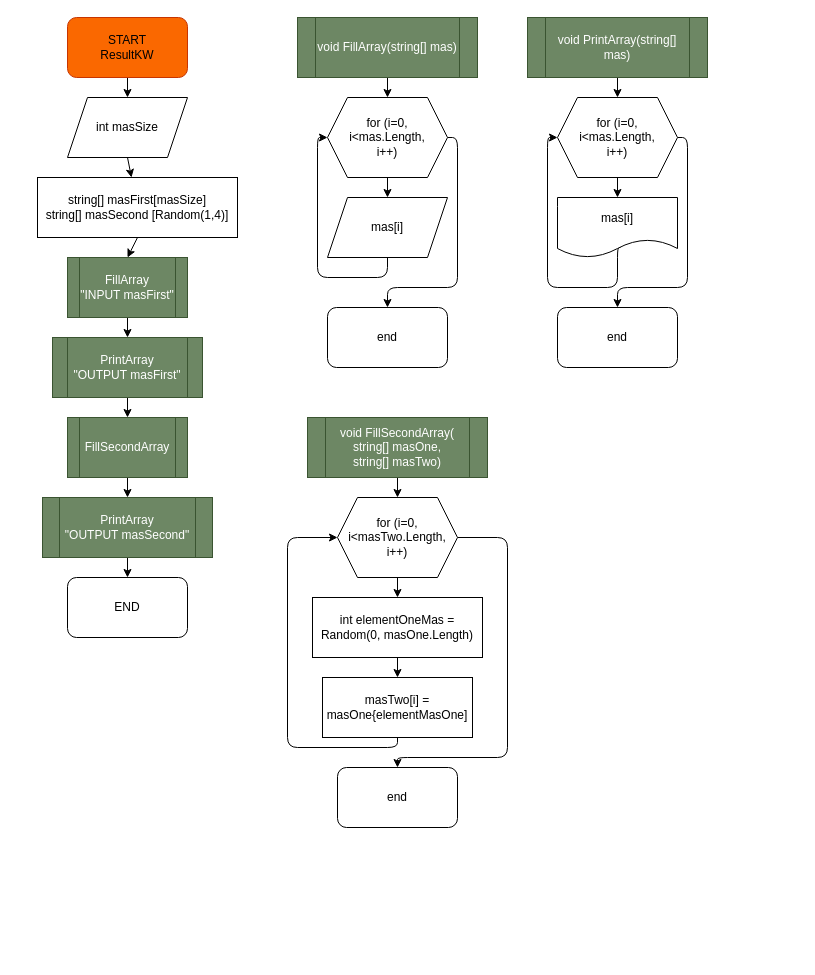
This is Block_diagram/Block_diagram.drawio from GulliverRemote/ResultKontrol, a draw.io file, before an edit. Source tidied: cells renumbered, new cells numbered last; positions are measured from the earlier drawing's top-left corner, leaving out a move shared by most shapes. Both pictures are drawn from the tidied source at 100%, with x=0, y=0 at pixel (37, 17).
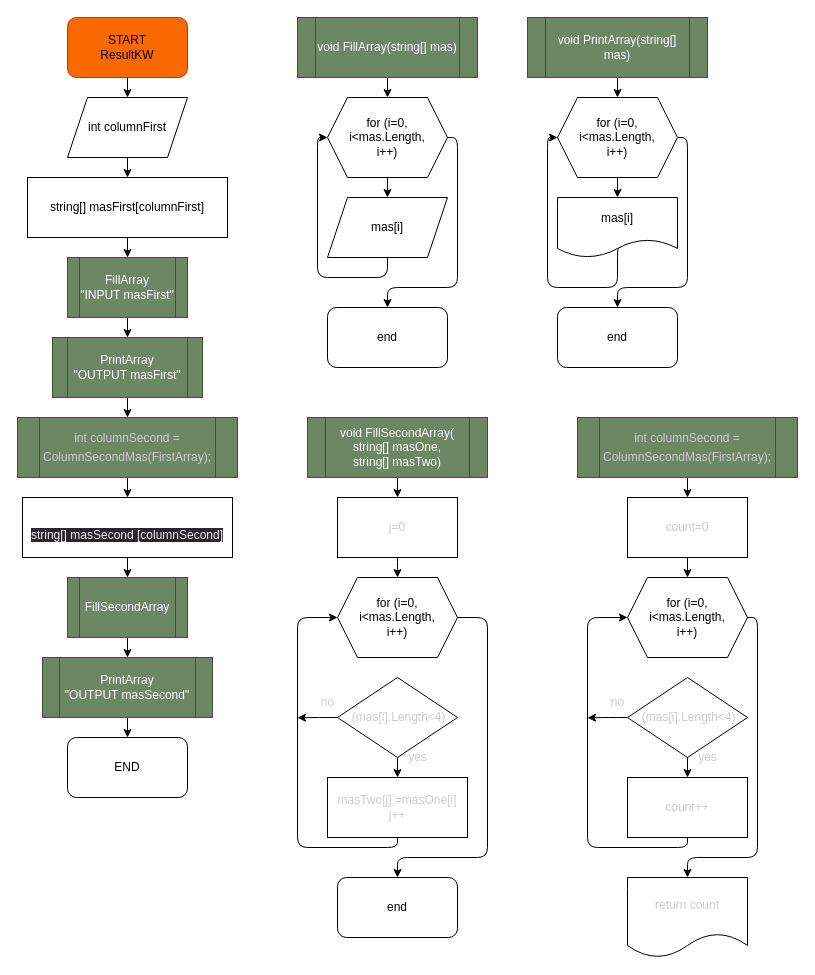
After the change.

Commit message:
feat: redesined Block_diagram

Unchanged cells that the change refers to:
```xml
<mxCell id="11" value="PrintArray&lt;br&gt;&quot;OUTPUT masFirst&quot;" style="shape=process;whiteSpace=wrap;html=1;backgroundOutline=1;fillColor=#6d8764;fontColor=#ffffff;strokeColor=#3A5431;" parent="1" vertex="1">
  <mxGeometry x="15" y="320" width="150" height="60" as="geometry" />
</mxCell>
<mxCell id="34" value="void FillSecondArray(&lt;br&gt;string[] masOne, &lt;br&gt;string[] masTwo)" style="shape=process;whiteSpace=wrap;html=1;backgroundOutline=1;fillColor=#6d8764;strokeColor=#3A5431;fontColor=#ffffff;" parent="1" vertex="1">
  <mxGeometry x="270" y="400" width="180" height="60" as="geometry" />
</mxCell>
```

Diff of the diagram source:
```diff
@@
-    <mxCell id="5" value="int masSize" style="shape=parallelogram;perimeter=parallelogramPerimeter;whiteSpace=wrap;html=1;fixedSize=1;" parent="1" vertex="1">
+    <mxCell id="5" value="int columnFirst" style="shape=parallelogram;perimeter=parallelogramPerimeter;whiteSpace=wrap;html=1;fixedSize=1;" parent="1" vertex="1">
       <mxGeometry x="30" y="80" width="120" height="60" as="geometry" />
     </mxCell>
@@
-    <mxCell id="9" value="string[] masFirst[masSize]&lt;br&gt;string[] masSecond [Random(1,4)]" style="rounded=0;whiteSpace=wrap;html=1;" parent="1" vertex="1">
-      <mxGeometry y="160" width="200" height="60" as="geometry" />
+    <mxCell id="9" value="string[] masFirst[columnFirst]&lt;br&gt;" style="rounded=0;whiteSpace=wrap;html=1;" parent="1" vertex="1">
+      <mxGeometry x="-10" y="160" width="200" height="60" as="geometry" />
     </mxCell>
-    <mxCell id="10" style="edgeStyle=none;html=1;exitX=0.5;exitY=1;exitDx=0;exitDy=0;entryX=0.5;entryY=0;entryDx=0;entryDy=0;" parent="1" edge="1" source="11" target="13">
-      <mxGeometry relative="1" as="geometry" />
-    </mxCell>
+    <mxCell id="43" style="edgeStyle=none;html=1;exitX=0.5;exitY=1;exitDx=0;exitDy=0;entryX=0.5;entryY=0;entryDx=0;entryDy=0;" parent="1" edge="1" source="11" target="46">
+      <mxGeometry relative="1" as="geometry" />
+    </mxCell>
@@
     <mxCell id="13" value="FillSecondArray" style="shape=process;whiteSpace=wrap;html=1;backgroundOutline=1;fillColor=#6d8764;fontColor=#ffffff;strokeColor=#3A5431;" parent="1" vertex="1">
-      <mxGeometry x="30" y="400" width="120" height="60" as="geometry" />
+      <mxGeometry x="30" y="560" width="120" height="60" as="geometry" />
     </mxCell>
@@
     <mxCell id="15" value="PrintArray&lt;br&gt;&quot;OUTPUT masSecond&quot;" style="shape=process;whiteSpace=wrap;html=1;backgroundOutline=1;fillColor=#6d8764;fontColor=#ffffff;strokeColor=#3A5431;" parent="1" vertex="1">
-      <mxGeometry x="5" y="480" width="170" height="60" as="geometry" />
+      <mxGeometry x="5" y="640" width="170" height="60" as="geometry" />
     </mxCell>
     <mxCell id="16" value="END" style="rounded=1;whiteSpace=wrap;html=1;" parent="1" vertex="1">
-      <mxGeometry x="30" y="560" width="120" height="60" as="geometry" />
+      <mxGeometry x="30" y="720" width="120" height="60" as="geometry" />
     </mxCell>
@@
-    <mxCell id="33" style="edgeStyle=orthogonalEdgeStyle;html=1;exitX=0.5;exitY=1;exitDx=0;exitDy=0;entryX=0.5;entryY=0;entryDx=0;entryDy=0;" parent="1" edge="1" source="34" target="37">
-      <mxGeometry relative="1" as="geometry" />
-    </mxCell>
+    <mxCell id="44" style="edgeStyle=orthogonalEdgeStyle;html=1;exitX=0.5;exitY=1;exitDx=0;exitDy=0;fontFamily=Helvetica;fontSize=12;fontColor=#CCCCCC;" parent="1" edge="1" source="34" target="64">
+      <mxGeometry relative="1" as="geometry" />
+    </mxCell>
@@
-    <mxCell id="35" style="edgeStyle=orthogonalEdgeStyle;html=1;exitX=0.5;exitY=1;exitDx=0;exitDy=0;entryX=0.5;entryY=0;entryDx=0;entryDy=0;" parent="1" edge="1" source="37" target="39">
-      <mxGeometry relative="1" as="geometry" />
-    </mxCell>
-    <mxCell id="36" style="edgeStyle=orthogonalEdgeStyle;html=1;exitX=1;exitY=0.5;exitDx=0;exitDy=0;" parent="1" edge="1" source="37" target="42">
-      <mxGeometry relative="1" as="geometry">
-        <Array as="points">
-          <mxPoint x="470" y="520" />
-          <mxPoint x="470" y="740" />
-          <mxPoint x="360" y="740" />
-        </Array>
-      </mxGeometry>
-    </mxCell>
-    <mxCell id="37" value="for (i=0, i&amp;lt;masTwo.Length, &lt;br&gt;i++)" style="shape=hexagon;perimeter=hexagonPerimeter2;whiteSpace=wrap;html=1;fixedSize=1;" parent="1" vertex="1">
-      <mxGeometry x="300" y="480" width="120" height="80" as="geometry" />
-    </mxCell>
-    <mxCell id="38" style="edgeStyle=orthogonalEdgeStyle;html=1;" parent="1" edge="1" source="39" target="41">
-      <mxGeometry relative="1" as="geometry" />
-    </mxCell>
-    <mxCell id="39" value="int elementOneMas =&lt;br&gt;Random(0, masOne.Length)" style="rounded=0;whiteSpace=wrap;html=1;" parent="1" vertex="1">
-      <mxGeometry x="275" y="580" width="170" height="60" as="geometry" />
-    </mxCell>
-    <mxCell id="40" style="edgeStyle=orthogonalEdgeStyle;html=1;exitX=0.5;exitY=1;exitDx=0;exitDy=0;entryX=0;entryY=0.5;entryDx=0;entryDy=0;" parent="1" edge="1" source="41" target="37">
-      <mxGeometry relative="1" as="geometry">
-        <Array as="points">
-          <mxPoint x="360" y="730" />
-          <mxPoint x="250" y="730" />
-          <mxPoint x="250" y="520" />
-        </Array>
-      </mxGeometry>
-    </mxCell>
-    <mxCell id="41" value="masTwo[i] = masOne{elementMasOne]" style="whiteSpace=wrap;html=1;rounded=0;" parent="1" vertex="1">
-      <mxGeometry x="285" y="660" width="150" height="60" as="geometry" />
-    </mxCell>
     <mxCell id="42" value="end" style="rounded=1;whiteSpace=wrap;html=1;" parent="1" vertex="1">
-      <mxGeometry x="300" y="750" width="120" height="60" as="geometry" />
+      <mxGeometry x="300" y="860" width="120" height="60" as="geometry" />
     </mxCell>
+    <mxCell id="45" style="edgeStyle=none;html=1;exitX=0.5;exitY=1;exitDx=0;exitDy=0;entryX=0.5;entryY=0;entryDx=0;entryDy=0;fontFamily=Helvetica;fontSize=12;fontColor=#CCCCCC;" parent="1" edge="1" source="46" target="48">
+      <mxGeometry relative="1" as="geometry" />
+    </mxCell>
+    <mxCell id="46" value="&lt;p style=&quot;line-height: 19px;&quot;&gt;&lt;font color=&quot;#cccccc&quot; style=&quot;font-size: 12px;&quot;&gt;int columnSecond = ColumnSecondMas(FirstArray);&lt;/font&gt;&lt;/p&gt;" style="shape=process;whiteSpace=wrap;html=1;backgroundOutline=1;fillColor=#6d8764;fontColor=#ffffff;strokeColor=#3A5431;" parent="1" vertex="1">
+      <mxGeometry x="-20" y="400" width="220" height="60" as="geometry" />
+    </mxCell>
+    <mxCell id="47" style="edgeStyle=none;html=1;exitX=0.5;exitY=1;exitDx=0;exitDy=0;entryX=0.5;entryY=0;entryDx=0;entryDy=0;fontFamily=Helvetica;fontSize=12;fontColor=#CCCCCC;" parent="1" edge="1" source="48" target="13">
+      <mxGeometry relative="1" as="geometry" />
+    </mxCell>
+    <mxCell id="48" value="&lt;br&gt;&lt;span style=&quot;color: rgb(240, 240, 240); font-family: Helvetica; font-size: 12px; font-style: normal; font-variant-ligatures: normal; font-variant-caps: normal; font-weight: 400; letter-spacing: normal; orphans: 2; text-align: center; text-indent: 0px; text-transform: none; widows: 2; word-spacing: 0px; -webkit-text-stroke-width: 0px; background-color: rgb(42, 37, 47); text-decoration-thickness: initial; text-decoration-style: initial; text-decoration-color: initial; float: none; display: inline !important;&quot;&gt;string[] masSecond [columnSecond]&lt;/span&gt;&lt;br&gt;" style="rounded=0;whiteSpace=wrap;html=1;labelBackgroundColor=none;fontFamily=Helvetica;fontSize=12;fontColor=#CCCCCC;" parent="1" vertex="1">
+      <mxGeometry x="-15" y="480" width="210" height="60" as="geometry" />
+    </mxCell>
+    <mxCell id="49" style="edgeStyle=orthogonalEdgeStyle;html=1;exitX=0.5;exitY=1;exitDx=0;exitDy=0;fontFamily=Helvetica;fontSize=12;fontColor=#CCCCCC;" parent="1" edge="1" source="50" target="52">
+      <mxGeometry relative="1" as="geometry" />
+    </mxCell>
+    <mxCell id="50" value="&lt;p style=&quot;line-height: 19px;&quot;&gt;&lt;font color=&quot;#cccccc&quot; style=&quot;font-size: 12px;&quot;&gt;int columnSecond = ColumnSecondMas(FirstArray);&lt;/font&gt;&lt;/p&gt;" style="shape=process;whiteSpace=wrap;html=1;backgroundOutline=1;fillColor=#6d8764;fontColor=#ffffff;strokeColor=#3A5431;" parent="1" vertex="1">
+      <mxGeometry x="540" y="400" width="220" height="60" as="geometry" />
+    </mxCell>
+    <mxCell id="51" style="edgeStyle=orthogonalEdgeStyle;html=1;exitX=0.5;exitY=1;exitDx=0;exitDy=0;entryX=0.5;entryY=0;entryDx=0;entryDy=0;fontFamily=Helvetica;fontSize=12;fontColor=#CCCCCC;" parent="1" edge="1" source="52" target="57">
+      <mxGeometry relative="1" as="geometry" />
+    </mxCell>
+    <mxCell id="52" value="count=0" style="rounded=0;whiteSpace=wrap;html=1;labelBackgroundColor=none;fontFamily=Helvetica;fontSize=12;fontColor=#CCCCCC;" parent="1" vertex="1">
+      <mxGeometry x="590" y="480" width="120" height="60" as="geometry" />
+    </mxCell>
+    <mxCell id="53" style="edgeStyle=none;html=1;exitX=0.5;exitY=1;exitDx=0;exitDy=0;entryX=0.5;entryY=0;entryDx=0;entryDy=0;fontFamily=Helvetica;fontSize=12;fontColor=#CCCCCC;" parent="1" edge="1" source="55" target="59">
+      <mxGeometry relative="1" as="geometry" />
+    </mxCell>
+    <mxCell id="54" style="edgeStyle=orthogonalEdgeStyle;html=1;exitX=0;exitY=0.5;exitDx=0;exitDy=0;fontFamily=Helvetica;fontSize=12;fontColor=#CCCCCC;" parent="1" edge="1" source="55">
+      <mxGeometry relative="1" as="geometry">
+        <mxPoint x="550" y="700.3" as="targetPoint" />
+      </mxGeometry>
+    </mxCell>
+    <mxCell id="55" value="&amp;nbsp;(mas[i].Length&amp;lt;4)" style="rhombus;whiteSpace=wrap;html=1;labelBackgroundColor=none;fontFamily=Helvetica;fontSize=12;fontColor=#CCCCCC;" parent="1" vertex="1">
+      <mxGeometry x="590" y="660" width="120" height="80" as="geometry" />
+    </mxCell>
+    <mxCell id="56" style="edgeStyle=orthogonalEdgeStyle;html=1;exitX=1;exitY=0.5;exitDx=0;exitDy=0;fontFamily=Helvetica;fontSize=12;fontColor=#CCCCCC;" parent="1" edge="1" source="57" target="62">
+      <mxGeometry relative="1" as="geometry">
+        <Array as="points">
+          <mxPoint x="720" y="600" />
+          <mxPoint x="720" y="840" />
+          <mxPoint x="650" y="840" />
+        </Array>
+      </mxGeometry>
+    </mxCell>
+    <mxCell id="57" value="for (i=0, i&amp;lt;mas.Length, &lt;br&gt;i++)" style="shape=hexagon;perimeter=hexagonPerimeter2;whiteSpace=wrap;html=1;fixedSize=1;" parent="1" vertex="1">
+      <mxGeometry x="590" y="560" width="120" height="80" as="geometry" />
+    </mxCell>
+    <mxCell id="58" style="edgeStyle=orthogonalEdgeStyle;html=1;exitX=0.5;exitY=1;exitDx=0;exitDy=0;entryX=0;entryY=0.5;entryDx=0;entryDy=0;fontFamily=Helvetica;fontSize=12;fontColor=#CCCCCC;" parent="1" edge="1" source="59" target="57">
+      <mxGeometry relative="1" as="geometry">
+        <Array as="points">
+          <mxPoint x="650" y="830" />
+          <mxPoint x="550" y="830" />
+          <mxPoint x="550" y="600" />
+        </Array>
+      </mxGeometry>
+    </mxCell>
+    <mxCell id="59" value="count++" style="rounded=0;whiteSpace=wrap;html=1;labelBackgroundColor=none;fontFamily=Helvetica;fontSize=12;fontColor=#CCCCCC;" parent="1" vertex="1">
+      <mxGeometry x="590" y="760" width="120" height="60" as="geometry" />
+    </mxCell>
+    <mxCell id="60" value="yes" style="text;html=1;align=center;verticalAlign=middle;strokeColor=none;fillColor=none;fontSize=12;fontFamily=Helvetica;fontColor=#CCCCCC;" parent="1" vertex="1">
+      <mxGeometry x="650" y="725" width="40" height="30" as="geometry" />
+    </mxCell>
+    <mxCell id="61" value="no" style="text;html=1;align=center;verticalAlign=middle;strokeColor=none;fillColor=none;fontSize=12;fontFamily=Helvetica;fontColor=#CCCCCC;" parent="1" vertex="1">
+      <mxGeometry x="560" y="670" width="40" height="30" as="geometry" />
+    </mxCell>
+    <mxCell id="62" value="return count" style="shape=document;whiteSpace=wrap;html=1;boundedLbl=1;labelBackgroundColor=none;fontFamily=Helvetica;fontSize=12;fontColor=#CCCCCC;" parent="1" vertex="1">
+      <mxGeometry x="590" y="860" width="120" height="80" as="geometry" />
+    </mxCell>
+    <mxCell id="63" style="edgeStyle=orthogonalEdgeStyle;html=1;exitX=0.5;exitY=1;exitDx=0;exitDy=0;fontFamily=Helvetica;fontSize=12;fontColor=#CCCCCC;" parent="1" edge="1" source="64">
+      <mxGeometry relative="1" as="geometry">
+        <mxPoint x="360" y="560" as="targetPoint" />
+      </mxGeometry>
+    </mxCell>
+    <mxCell id="64" value="j=0" style="rounded=0;whiteSpace=wrap;html=1;labelBackgroundColor=none;fontFamily=Helvetica;fontSize=12;fontColor=#CCCCCC;" parent="1" vertex="1">
+      <mxGeometry x="300" y="480" width="120" height="60" as="geometry" />
+    </mxCell>
+    <mxCell id="65" style="edgeStyle=none;html=1;exitX=0.5;exitY=1;exitDx=0;exitDy=0;entryX=0.5;entryY=0;entryDx=0;entryDy=0;fontFamily=Helvetica;fontSize=12;fontColor=#CCCCCC;" parent="1" edge="1" source="67" target="71">
+      <mxGeometry relative="1" as="geometry" />
+    </mxCell>
+    <mxCell id="66" style="edgeStyle=orthogonalEdgeStyle;html=1;exitX=0;exitY=0.5;exitDx=0;exitDy=0;fontFamily=Helvetica;fontSize=12;fontColor=#CCCCCC;" parent="1" edge="1" source="67">
+      <mxGeometry relative="1" as="geometry">
+        <mxPoint x="260" y="700.3" as="targetPoint" />
+      </mxGeometry>
+    </mxCell>
+    <mxCell id="67" value="&amp;nbsp;(mas[i].Length&amp;lt;4)" style="rhombus;whiteSpace=wrap;html=1;labelBackgroundColor=none;fontFamily=Helvetica;fontSize=12;fontColor=#CCCCCC;" parent="1" vertex="1">
+      <mxGeometry x="300" y="660" width="120" height="80" as="geometry" />
+    </mxCell>
+    <mxCell id="68" style="edgeStyle=orthogonalEdgeStyle;html=1;exitX=1;exitY=0.5;exitDx=0;exitDy=0;fontFamily=Helvetica;fontSize=12;fontColor=#CCCCCC;" parent="1" edge="1" source="69">
+      <mxGeometry relative="1" as="geometry">
+        <mxPoint x="360" y="860" as="targetPoint" />
+        <Array as="points">
+          <mxPoint x="450" y="600" />
+          <mxPoint x="450" y="840" />
+          <mxPoint x="360" y="840" />
+        </Array>
+      </mxGeometry>
+    </mxCell>
+    <mxCell id="69" value="for (i=0, i&amp;lt;mas.Length, &lt;br&gt;i++)" style="shape=hexagon;perimeter=hexagonPerimeter2;whiteSpace=wrap;html=1;fixedSize=1;" parent="1" vertex="1">
+      <mxGeometry x="300" y="560" width="120" height="80" as="geometry" />
+    </mxCell>
+    <mxCell id="70" style="edgeStyle=orthogonalEdgeStyle;html=1;exitX=0.5;exitY=1;exitDx=0;exitDy=0;entryX=0;entryY=0.5;entryDx=0;entryDy=0;fontFamily=Helvetica;fontSize=12;fontColor=#CCCCCC;" parent="1" edge="1" source="71" target="69">
+      <mxGeometry relative="1" as="geometry">
+        <Array as="points">
+          <mxPoint x="360" y="830" />
+          <mxPoint x="260" y="830" />
+          <mxPoint x="260" y="600" />
+        </Array>
+      </mxGeometry>
+    </mxCell>
+    <mxCell id="71" value="masTwo[j] =masOne[i]&lt;br&gt;j++" style="rounded=0;whiteSpace=wrap;html=1;labelBackgroundColor=none;fontFamily=Helvetica;fontSize=12;fontColor=#CCCCCC;" parent="1" vertex="1">
+      <mxGeometry x="290" y="760" width="140" height="60" as="geometry" />
+    </mxCell>
+    <mxCell id="72" value="yes" style="text;html=1;align=center;verticalAlign=middle;strokeColor=none;fillColor=none;fontSize=12;fontFamily=Helvetica;fontColor=#CCCCCC;" parent="1" vertex="1">
+      <mxGeometry x="360" y="725" width="40" height="30" as="geometry" />
+    </mxCell>
+    <mxCell id="73" value="no" style="text;html=1;align=center;verticalAlign=middle;strokeColor=none;fillColor=none;fontSize=12;fontFamily=Helvetica;fontColor=#CCCCCC;" parent="1" vertex="1">
+      <mxGeometry x="270" y="670" width="40" height="30" as="geometry" />
+    </mxCell>
```
